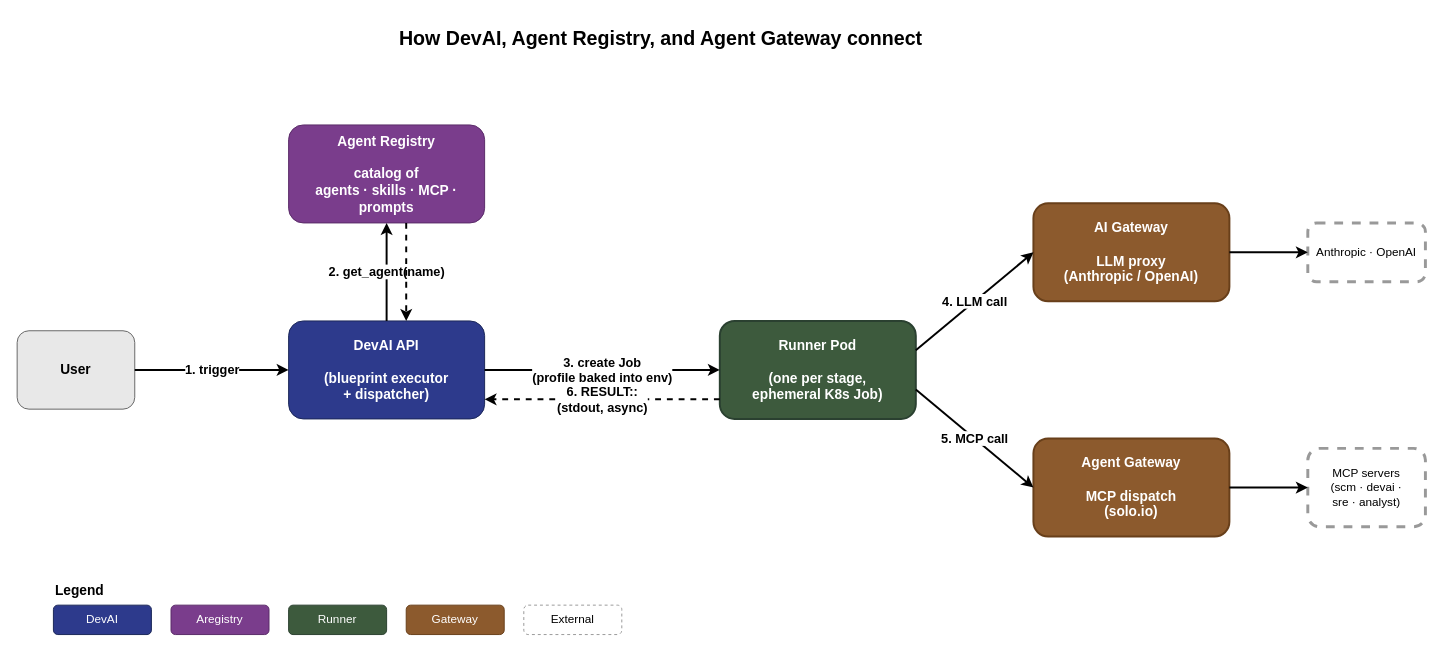
Above: docs/agentic/diagrams/01-component-topology.drawio in tesserix/devai (draw.io), before the change. Source tidied: cells renumbered, new cells numbered last; positions are measured from the earlier drawing's top-left corner, leaving out a move shared by most shapes. Both pictures are drawn from the tidied source at 98%, with x=0, y=0 at pixel (17, 17).
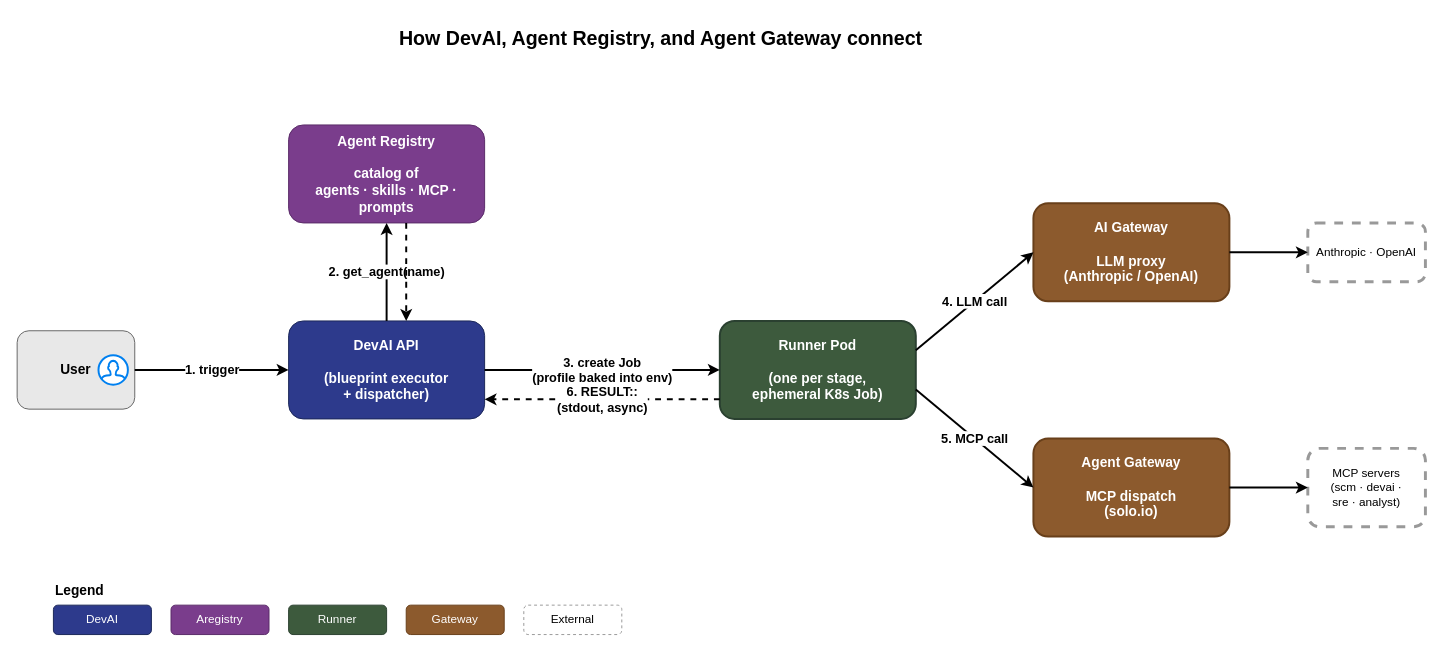
The same page after the edit.

Diff of the diagram source:
```diff
@@
+    <mxCell id="26" style="html=1;verticalLabelPosition=bottom;align=center;labelBackgroundColor=#ffffff;verticalAlign=top;strokeWidth=2;strokeColor=#0080F0;shadow=0;dashed=0;shape=mxgraph.ios7.icons.user;" parent="1" vertex="1">
+      <mxGeometry x="83" y="345" width="30" height="30" as="geometry" />
+    </mxCell>
```
